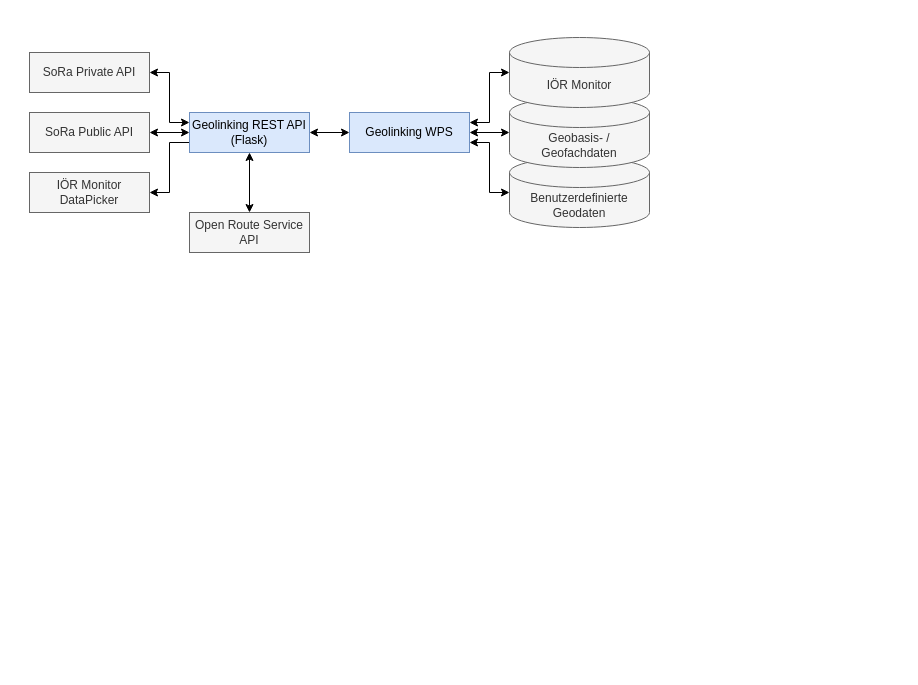
Earlier version of the draw.io diagram sora/sora_geolinking_network_v2.drawio (traveller195/draw_io). Source tidied: cells renumbered, new cells numbered last; positions are measured from the earlier drawing's top-left corner, leaving out a move shared by most shapes. Both pictures are drawn from the tidied source at 100%, with x=0, y=0 at pixel (29, 37).
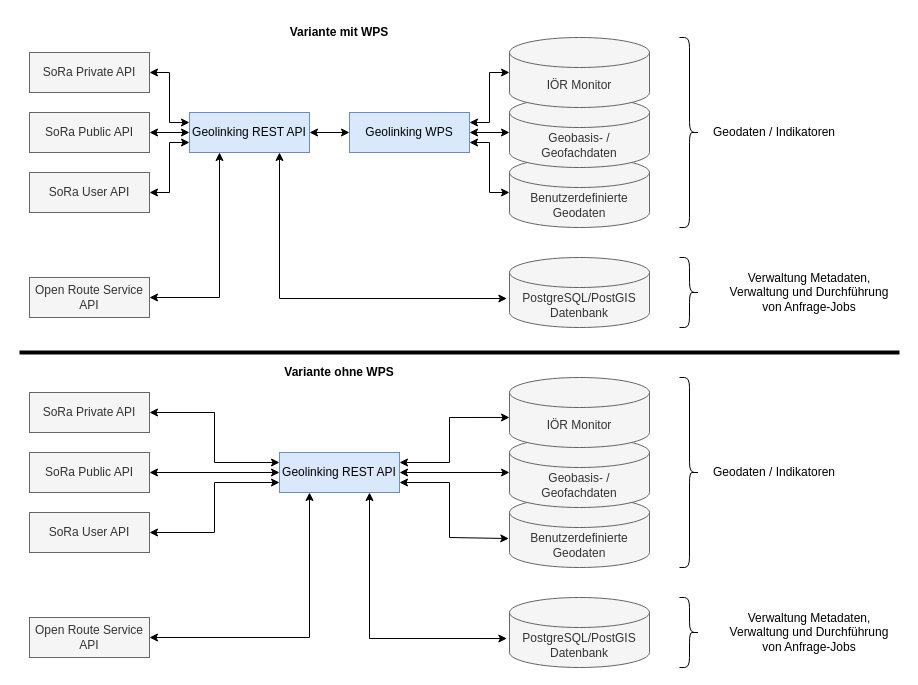
After the change.

The edit, as a diff of the source:
```diff
@@
-    <mxCell id="7" value="IÖR Monitor DataPicker" style="rounded=0;whiteSpace=wrap;html=1;fillColor=#f5f5f5;fontColor=#333333;strokeColor=#666666;" parent="1" vertex="1">
+    <mxCell id="7" value="SoRa User API" style="rounded=0;whiteSpace=wrap;html=1;fillColor=#f5f5f5;fontColor=#333333;strokeColor=#666666;" parent="1" vertex="1">
       <mxGeometry y="135" width="120" height="40" as="geometry" />
     </mxCell>
     <mxCell id="8" value="Open Route Service API" style="rounded=0;whiteSpace=wrap;html=1;fillColor=#f5f5f5;fontColor=#333333;strokeColor=#666666;" parent="1" vertex="1">
-      <mxGeometry x="160" y="175" width="120" height="40" as="geometry" />
+      <mxGeometry y="240" width="120" height="40" as="geometry" />
     </mxCell>
-    <mxCell id="9" style="edgeStyle=orthogonalEdgeStyle;rounded=0;jettySize=auto;html=1;exitX=0;exitY=0.75;exitDx=0;exitDy=0;entryX=1;entryY=0.5;entryDx=0;entryDy=0;" parent="1" edge="1" source="12" target="7">
+    <mxCell id="9" style="edgeStyle=orthogonalEdgeStyle;rounded=0;jettySize=auto;html=1;exitX=0;exitY=0.75;exitDx=0;exitDy=0;entryX=1;entryY=0.5;entryDx=0;entryDy=0;startArrow=classic;startFill=1;" parent="1" edge="1" source="12" target="7">
       <mxGeometry relative="1" as="geometry" />
     </mxCell>
@@
-    <mxCell id="11" style="edgeStyle=orthogonalEdgeStyle;rounded=0;jettySize=auto;html=1;exitX=0.5;exitY=1;exitDx=0;exitDy=0;entryX=0.5;entryY=0;entryDx=0;entryDy=0;startArrow=classic;startFill=1;" parent="1" edge="1" source="12" target="8">
-      <mxGeometry relative="1" as="geometry" />
+    <mxCell id="11" style="edgeStyle=orthogonalEdgeStyle;rounded=0;jettySize=auto;html=1;exitX=0.5;exitY=1;exitDx=0;exitDy=0;entryX=1;entryY=0.5;entryDx=0;entryDy=0;startArrow=classic;startFill=1;" parent="1" edge="1" target="8">
+      <mxGeometry relative="1" as="geometry">
+        <mxPoint x="190" y="115" as="sourcePoint" />
+        <Array as="points">
+          <mxPoint x="190" y="260" />
+        </Array>
+      </mxGeometry>
     </mxCell>
-    <mxCell id="12" value="Geolinking REST API (Flask)" style="rounded=0;whiteSpace=wrap;html=1;fillColor=#dae8fc;strokeColor=#6c8ebf;" parent="1" vertex="1">
+    <mxCell id="12" value="Geolinking REST API" style="rounded=0;whiteSpace=wrap;html=1;fillColor=#dae8fc;strokeColor=#6c8ebf;" parent="1" vertex="1">
       <mxGeometry x="160" y="75" width="120" height="40" as="geometry" />
     </mxCell>
@@
+    <mxCell id="19" value="PostgreSQL/PostGIS Datenbank" style="shape=cylinder3;whiteSpace=wrap;html=1;boundedLbl=1;backgroundOutline=1;size=15;fillColor=#f5f5f5;fontColor=#333333;strokeColor=#666666;" parent="1" vertex="1">
+      <mxGeometry x="480" y="220" width="140" height="70" as="geometry" />
+    </mxCell>
+    <mxCell id="20" style="shape=curlyBracket;whiteSpace=wrap;html=1;rounded=1;flipH=1;labelPosition=right;verticalLabelPosition=middle;align=left;verticalAlign=middle;" parent="1" vertex="1">
+      <mxGeometry x="650" width="20" height="190" as="geometry" />
+    </mxCell>
+    <mxCell id="21" style="shape=curlyBracket;whiteSpace=wrap;html=1;rounded=1;flipH=1;labelPosition=right;verticalLabelPosition=middle;align=left;verticalAlign=middle;" parent="1" vertex="1">
+      <mxGeometry x="650" y="220" width="20" height="70" as="geometry" />
+    </mxCell>
+    <mxCell id="22" value="Geodaten / Indikatoren" style="text;html=1;strokeColor=none;fillColor=none;align=center;verticalAlign=middle;whiteSpace=wrap;rounded=0;" parent="1" vertex="1">
+      <mxGeometry x="680" y="80" width="130" height="30" as="geometry" />
+    </mxCell>
+    <mxCell id="23" value="&lt;div&gt;Verwaltung Metadaten,&lt;/div&gt;&lt;div&gt;Verwaltung und Durchführung von Anfrage-Jobs&lt;/div&gt;" style="text;html=1;strokeColor=none;fillColor=none;align=center;verticalAlign=middle;whiteSpace=wrap;rounded=0;" parent="1" vertex="1">
+      <mxGeometry x="690" y="240" width="180" height="30" as="geometry" />
+    </mxCell>
+    <mxCell id="24" style="endArrow=classic;startArrow=classic;html=1;rounded=0;entryX=0.75;entryY=1;entryDx=0;entryDy=0;exitX=-0.019;exitY=0.586;exitDx=0;exitDy=0;exitPerimeter=0;" parent="1" edge="1" source="19" target="12">
+      <mxGeometry relative="1" as="geometry">
+        <Array as="points">
+          <mxPoint x="250" y="261" />
+        </Array>
+      </mxGeometry>
+    </mxCell>
+    <mxCell id="25" value="Benutzerdefinierte Geodaten" style="shape=cylinder3;whiteSpace=wrap;html=1;boundedLbl=1;backgroundOutline=1;size=15;fillColor=#f5f5f5;fontColor=#333333;strokeColor=#666666;" parent="1" vertex="1">
+      <mxGeometry x="480" y="460" width="140" height="70" as="geometry" />
+    </mxCell>
+    <mxCell id="26" style="edgeStyle=orthogonalEdgeStyle;rounded=0;jettySize=auto;html=1;exitX=1;exitY=0.5;exitDx=0;exitDy=0;entryX=0;entryY=0.25;entryDx=0;entryDy=0;startArrow=classic;startFill=1;" parent="1" edge="1" source="27" target="33">
+      <mxGeometry relative="1" as="geometry" />
+    </mxCell>
+    <mxCell id="27" value="SoRa Private API" style="rounded=0;whiteSpace=wrap;html=1;fillColor=#f5f5f5;fontColor=#333333;strokeColor=#666666;" parent="1" vertex="1">
+      <mxGeometry y="355" width="120" height="40" as="geometry" />
+    </mxCell>
+    <mxCell id="28" style="edgeStyle=orthogonalEdgeStyle;rounded=0;jettySize=auto;html=1;exitX=1;exitY=0.5;exitDx=0;exitDy=0;entryX=0;entryY=0.5;entryDx=0;entryDy=0;startArrow=classic;startFill=1;" parent="1" edge="1" source="29" target="33">
+      <mxGeometry relative="1" as="geometry" />
+    </mxCell>
+    <mxCell id="29" value="SoRa Public API" style="rounded=0;whiteSpace=wrap;html=1;fillColor=#f5f5f5;fontColor=#333333;strokeColor=#666666;" parent="1" vertex="1">
+      <mxGeometry y="415" width="120" height="40" as="geometry" />
+    </mxCell>
+    <mxCell id="30" value="SoRa User API" style="rounded=0;whiteSpace=wrap;html=1;fillColor=#f5f5f5;fontColor=#333333;strokeColor=#666666;" parent="1" vertex="1">
+      <mxGeometry y="475" width="120" height="40" as="geometry" />
+    </mxCell>
+    <mxCell id="31" value="Open Route Service API" style="rounded=0;whiteSpace=wrap;html=1;fillColor=#f5f5f5;fontColor=#333333;strokeColor=#666666;" parent="1" vertex="1">
+      <mxGeometry y="580" width="120" height="40" as="geometry" />
+    </mxCell>
+    <mxCell id="32" style="edgeStyle=orthogonalEdgeStyle;rounded=0;jettySize=auto;html=1;exitX=0;exitY=0.75;exitDx=0;exitDy=0;entryX=1;entryY=0.5;entryDx=0;entryDy=0;startArrow=classic;startFill=1;" parent="1" edge="1" source="33" target="30">
+      <mxGeometry relative="1" as="geometry" />
+    </mxCell>
+    <mxCell id="33" value="Geolinking REST API" style="rounded=0;whiteSpace=wrap;html=1;fillColor=#dae8fc;strokeColor=#6c8ebf;" parent="1" vertex="1">
+      <mxGeometry x="250" y="415" width="120" height="40" as="geometry" />
+    </mxCell>
+    <mxCell id="34" value="Geobasis- / Geofachdaten" style="shape=cylinder3;whiteSpace=wrap;html=1;boundedLbl=1;backgroundOutline=1;size=15;fillColor=#f5f5f5;fontColor=#333333;strokeColor=#666666;" parent="1" vertex="1">
+      <mxGeometry x="480" y="400" width="140" height="70" as="geometry" />
+    </mxCell>
+    <mxCell id="35" value="IÖR Monitor" style="shape=cylinder3;whiteSpace=wrap;html=1;boundedLbl=1;backgroundOutline=1;size=15;fillColor=#f5f5f5;fontColor=#333333;strokeColor=#666666;" parent="1" vertex="1">
+      <mxGeometry x="480" y="340" width="140" height="70" as="geometry" />
+    </mxCell>
+    <mxCell id="36" style="edgeStyle=orthogonalEdgeStyle;rounded=0;jettySize=auto;html=1;exitX=1;exitY=0.5;exitDx=0;exitDy=0;entryX=0;entryY=0.5;entryDx=0;entryDy=0;entryPerimeter=0;startArrow=classic;startFill=1;" parent="1" edge="1" source="33" target="34">
+      <mxGeometry relative="1" as="geometry" />
+    </mxCell>
+    <mxCell id="37" value="PostgreSQL/PostGIS Datenbank" style="shape=cylinder3;whiteSpace=wrap;html=1;boundedLbl=1;backgroundOutline=1;size=15;fillColor=#f5f5f5;fontColor=#333333;strokeColor=#666666;" parent="1" vertex="1">
+      <mxGeometry x="480" y="560" width="140" height="70" as="geometry" />
+    </mxCell>
+    <mxCell id="38" style="shape=curlyBracket;whiteSpace=wrap;html=1;rounded=1;flipH=1;labelPosition=right;verticalLabelPosition=middle;align=left;verticalAlign=middle;" parent="1" vertex="1">
+      <mxGeometry x="650" y="340" width="20" height="190" as="geometry" />
+    </mxCell>
+    <mxCell id="39" style="shape=curlyBracket;whiteSpace=wrap;html=1;rounded=1;flipH=1;labelPosition=right;verticalLabelPosition=middle;align=left;verticalAlign=middle;" parent="1" vertex="1">
+      <mxGeometry x="650" y="560" width="20" height="70" as="geometry" />
+    </mxCell>
+    <mxCell id="40" value="Geodaten / Indikatoren" style="text;html=1;strokeColor=none;fillColor=none;align=center;verticalAlign=middle;whiteSpace=wrap;rounded=0;" parent="1" vertex="1">
+      <mxGeometry x="680" y="420" width="130" height="30" as="geometry" />
+    </mxCell>
+    <mxCell id="41" style="endArrow=classic;startArrow=classic;html=1;rounded=0;entryX=0.75;entryY=1;entryDx=0;entryDy=0;exitX=-0.019;exitY=0.586;exitDx=0;exitDy=0;exitPerimeter=0;" parent="1" edge="1" source="37" target="33">
+      <mxGeometry relative="1" as="geometry">
+        <Array as="points">
+          <mxPoint x="340" y="601" />
+        </Array>
+      </mxGeometry>
+    </mxCell>
+    <mxCell id="42" value="&lt;div&gt;Verwaltung Metadaten,&lt;/div&gt;&lt;div&gt;Verwaltung und Durchführung von Anfrage-Jobs&lt;/div&gt;" style="text;html=1;strokeColor=none;fillColor=none;align=center;verticalAlign=middle;whiteSpace=wrap;rounded=0;" parent="1" vertex="1">
+      <mxGeometry x="690" y="580" width="180" height="30" as="geometry" />
+    </mxCell>
+    <mxCell id="43" style="endArrow=classic;startArrow=classic;html=1;rounded=0;entryX=0.25;entryY=1;entryDx=0;entryDy=0;" parent="1" edge="1" target="33">
+      <mxGeometry relative="1" as="geometry">
+        <mxPoint x="120" y="600" as="sourcePoint" />
+        <Array as="points">
+          <mxPoint x="280" y="600" />
+        </Array>
+      </mxGeometry>
+    </mxCell>
+    <mxCell id="44" style="endArrow=classic;startArrow=classic;html=1;rounded=0;exitX=1;exitY=0.75;exitDx=0;exitDy=0;entryX=-0.005;entryY=0.586;entryDx=0;entryDy=0;entryPerimeter=0;" parent="1" edge="1" source="33" target="25">
+      <mxGeometry relative="1" as="geometry">
+        <Array as="points">
+          <mxPoint x="420" y="445" />
+          <mxPoint x="420" y="500" />
+        </Array>
+      </mxGeometry>
+    </mxCell>
+    <mxCell id="45" style="endArrow=classic;startArrow=classic;html=1;rounded=0;exitX=1;exitY=0.25;exitDx=0;exitDy=0;entryX=0;entryY=0.571;entryDx=0;entryDy=0;entryPerimeter=0;" parent="1" edge="1" source="33" target="35">
+      <mxGeometry relative="1" as="geometry">
+        <Array as="points">
+          <mxPoint x="420" y="425" />
+          <mxPoint x="420" y="380" />
+        </Array>
+      </mxGeometry>
+    </mxCell>
+    <mxCell id="46" value="Variante mit WPS" style="text;html=1;strokeColor=none;fillColor=none;align=center;verticalAlign=middle;whiteSpace=wrap;rounded=0;fontStyle=1;" parent="1" vertex="1">
+      <mxGeometry x="215" y="-20" width="190" height="30" as="geometry" />
+    </mxCell>
+    <mxCell id="47" value="Variante ohne WPS" style="text;html=1;strokeColor=none;fillColor=none;align=center;verticalAlign=middle;whiteSpace=wrap;rounded=0;fontStyle=1;" parent="1" vertex="1">
+      <mxGeometry x="215" y="320" width="190" height="30" as="geometry" />
+    </mxCell>
+    <mxCell id="48" style="line;strokeWidth=4;html=1;perimeter=backbonePerimeter;" parent="1" vertex="1">
+      <mxGeometry x="-10" y="310" width="880" height="10" as="geometry" />
+    </mxCell>
```
